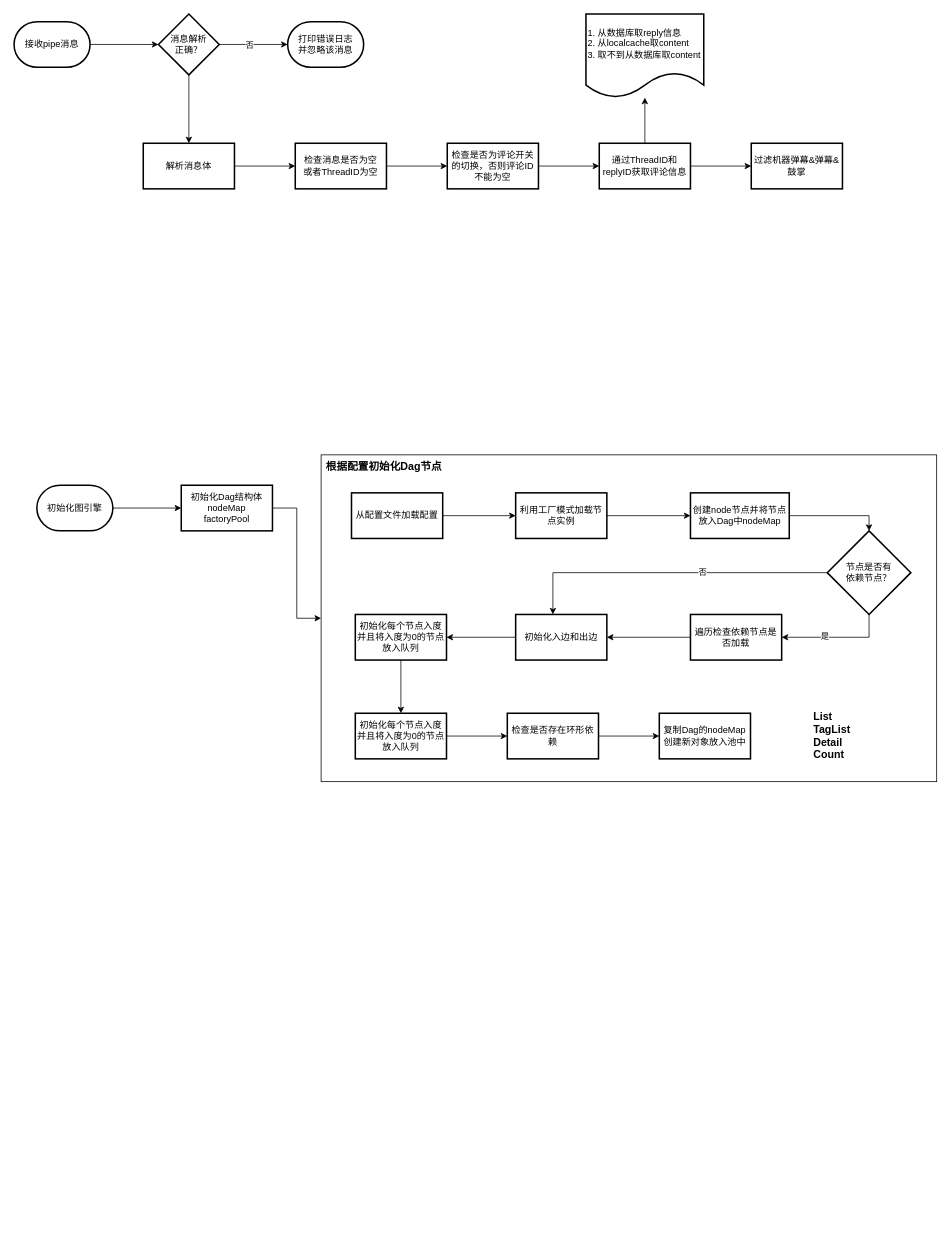
Above: Comment/comment-base-flow.drawio in Mrssqin/draw (draw.io), before the change. Source tidied: cells renumbered, new cells numbered last; positions are measured from the earlier drawing's top-left corner, leaving out a move shared by most shapes. Both pictures are drawn from the tidied source at 76%, with x=0, y=0 at pixel (14, 14).
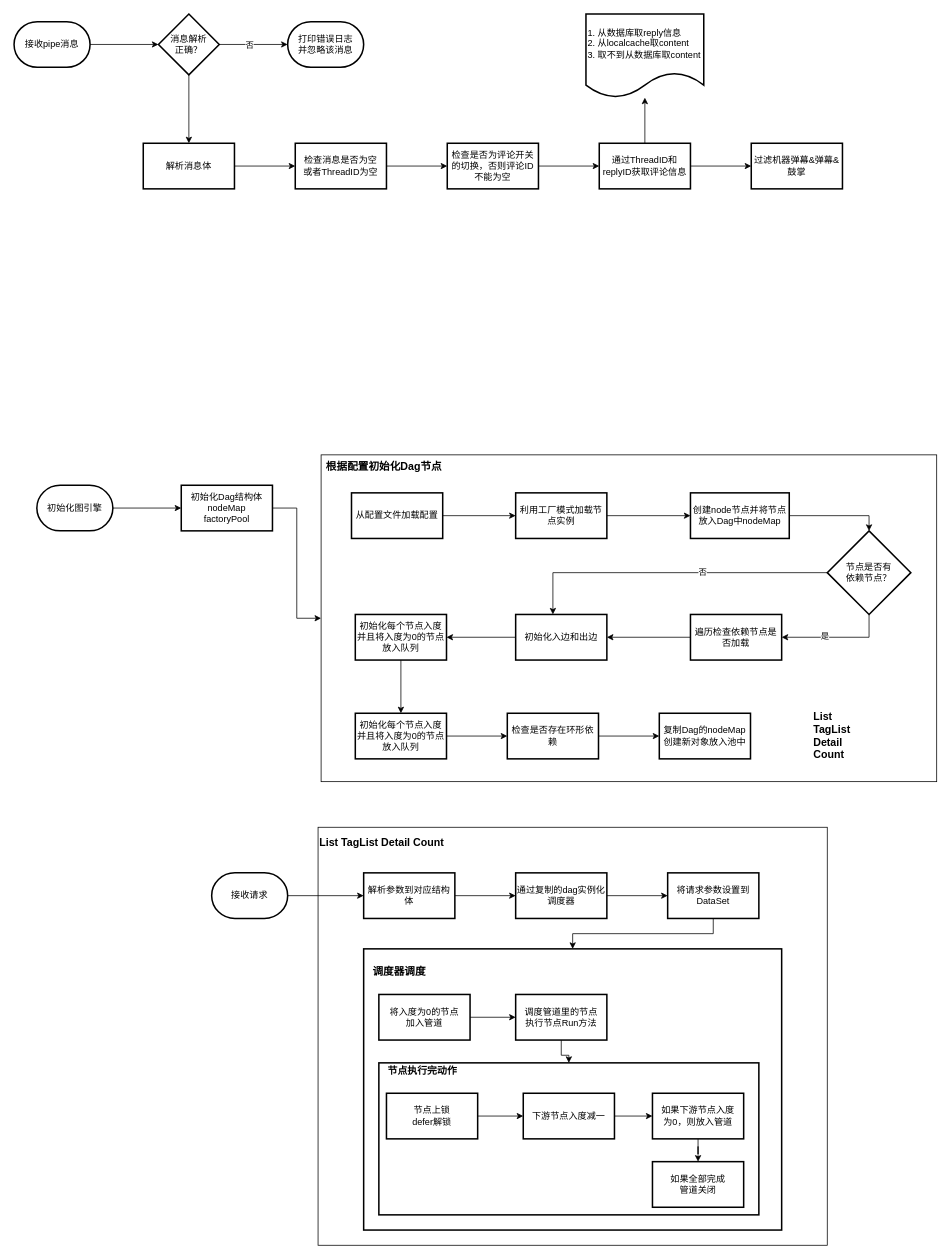
Above is the later version.

Change to the diagram source:
```diff
@@
+    <mxCell id="48" style="rounded=0;whiteSpace=wrap;html=1;" parent="1" vertex="1">
+      <mxGeometry x="400" y="1070" width="670" height="550" as="geometry" />
+    </mxCell>
+    <mxCell id="49" value="List&amp;nbsp;&lt;span style=&quot;background-color: initial;&quot;&gt;TagList&amp;nbsp;&lt;/span&gt;&lt;span style=&quot;background-color: initial;&quot;&gt;Detail&amp;nbsp;&lt;/span&gt;&lt;span style=&quot;background-color: initial;&quot;&gt;Count&lt;/span&gt;" style="text;html=1;align=left;verticalAlign=middle;whiteSpace=wrap;rounded=0;fontStyle=1;fontSize=14;" parent="1" vertex="1">
+      <mxGeometry x="400" y="1070" width="190" height="40" as="geometry" />
+    </mxCell>
+    <mxCell id="50" style="edgeStyle=orthogonalEdgeStyle;rounded=0;jettySize=auto;html=1;" parent="1" edge="1" source="51" target="53">
+      <mxGeometry relative="1" as="geometry" />
+    </mxCell>
+    <mxCell id="51" value="接收请求" style="strokeWidth=2;html=1;shape=mxgraph.flowchart.terminator;whiteSpace=wrap;" parent="1" vertex="1">
+      <mxGeometry x="260" y="1130" width="100" height="60" as="geometry" />
+    </mxCell>
+    <mxCell id="52" style="edgeStyle=orthogonalEdgeStyle;rounded=0;jettySize=auto;html=1;" parent="1" edge="1" source="53" target="55">
+      <mxGeometry relative="1" as="geometry" />
+    </mxCell>
+    <mxCell id="53" value="解析参数到对应结构体" style="whiteSpace=wrap;html=1;strokeWidth=2;" parent="1" vertex="1">
+      <mxGeometry x="460" y="1130" width="120" height="60" as="geometry" />
+    </mxCell>
+    <mxCell id="54" style="edgeStyle=orthogonalEdgeStyle;rounded=0;jettySize=auto;html=1;" parent="1" edge="1" source="55" target="57">
+      <mxGeometry relative="1" as="geometry" />
+    </mxCell>
+    <mxCell id="55" value="通过复制的dag实例化调度器" style="whiteSpace=wrap;html=1;strokeWidth=2;" parent="1" vertex="1">
+      <mxGeometry x="660" y="1130" width="120" height="60" as="geometry" />
+    </mxCell>
+    <mxCell id="56" style="edgeStyle=orthogonalEdgeStyle;rounded=0;jettySize=auto;html=1;" parent="1" edge="1" source="57" target="58">
+      <mxGeometry relative="1" as="geometry" />
+    </mxCell>
+    <mxCell id="57" value="将请求参数设置到DataSet" style="whiteSpace=wrap;html=1;strokeWidth=2;" parent="1" vertex="1">
+      <mxGeometry x="860" y="1130" width="120" height="60" as="geometry" />
+    </mxCell>
+    <mxCell id="58" style="whiteSpace=wrap;html=1;strokeWidth=2;" parent="1" vertex="1">
+      <mxGeometry x="460" y="1230" width="550" height="370" as="geometry" />
+    </mxCell>
+    <mxCell id="59" value="调度器调度" style="text;html=1;align=left;verticalAlign=middle;whiteSpace=wrap;rounded=0;fontStyle=1;fontSize=14;" parent="1" vertex="1">
+      <mxGeometry x="470" y="1240" width="190" height="40" as="geometry" />
+    </mxCell>
+    <mxCell id="60" style="edgeStyle=orthogonalEdgeStyle;rounded=0;jettySize=auto;html=1;" parent="1" edge="1" source="61" target="63">
+      <mxGeometry relative="1" as="geometry" />
+    </mxCell>
+    <mxCell id="61" value="将入度为0的节点&lt;div&gt;加入管道&lt;/div&gt;" style="whiteSpace=wrap;html=1;strokeWidth=2;" parent="1" vertex="1">
+      <mxGeometry x="480" y="1290" width="120" height="60" as="geometry" />
+    </mxCell>
+    <mxCell id="62" style="edgeStyle=orthogonalEdgeStyle;rounded=0;jettySize=auto;html=1;" parent="1" edge="1" source="63" target="64">
+      <mxGeometry relative="1" as="geometry" />
+    </mxCell>
+    <mxCell id="63" value="调度管道里的节点&lt;div&gt;执行节点Run方法&lt;/div&gt;" style="whiteSpace=wrap;html=1;strokeWidth=2;" parent="1" vertex="1">
+      <mxGeometry x="660" y="1290" width="120" height="60" as="geometry" />
+    </mxCell>
+    <mxCell id="64" style="whiteSpace=wrap;html=1;strokeWidth=2;" parent="1" vertex="1">
+      <mxGeometry x="480" y="1380" width="500" height="200" as="geometry" />
+    </mxCell>
+    <mxCell id="65" value="&lt;span style=&quot;font-size: 13px;&quot;&gt;节点执行完动作&lt;/span&gt;" style="text;html=1;align=left;verticalAlign=middle;whiteSpace=wrap;rounded=0;fontStyle=1;fontSize=14;" parent="1" vertex="1">
+      <mxGeometry x="490" y="1370" width="190" height="40" as="geometry" />
+    </mxCell>
+    <mxCell id="66" style="edgeStyle=orthogonalEdgeStyle;rounded=0;jettySize=auto;html=1;" parent="1" edge="1" source="67" target="69">
+      <mxGeometry relative="1" as="geometry" />
+    </mxCell>
+    <mxCell id="67" value="节点上锁&lt;div&gt;defer解锁&lt;/div&gt;" style="whiteSpace=wrap;html=1;strokeWidth=2;" parent="1" vertex="1">
+      <mxGeometry x="490" y="1420" width="120" height="60" as="geometry" />
+    </mxCell>
+    <mxCell id="68" style="edgeStyle=orthogonalEdgeStyle;rounded=0;jettySize=auto;html=1;" parent="1" edge="1" source="69" target="71">
+      <mxGeometry relative="1" as="geometry" />
+    </mxCell>
+    <mxCell id="69" value="下游节点入度减一" style="whiteSpace=wrap;html=1;strokeWidth=2;" parent="1" vertex="1">
+      <mxGeometry x="670" y="1420" width="120" height="60" as="geometry" />
+    </mxCell>
+    <mxCell id="70" style="edgeStyle=orthogonalEdgeStyle;rounded=0;jettySize=auto;html=1;" parent="1" edge="1" source="71" target="72">
+      <mxGeometry relative="1" as="geometry" />
+    </mxCell>
+    <mxCell id="71" value="如果下游节点入度&lt;div&gt;为0，则放入管道&lt;/div&gt;" style="whiteSpace=wrap;html=1;strokeWidth=2;" parent="1" vertex="1">
+      <mxGeometry x="840" y="1420" width="120" height="60" as="geometry" />
+    </mxCell>
+    <mxCell id="72" value="如果全部完成&lt;div&gt;管道关闭&lt;/div&gt;" style="whiteSpace=wrap;html=1;strokeWidth=2;" parent="1" vertex="1">
+      <mxGeometry x="840" y="1510" width="120" height="60" as="geometry" />
+    </mxCell>
```
